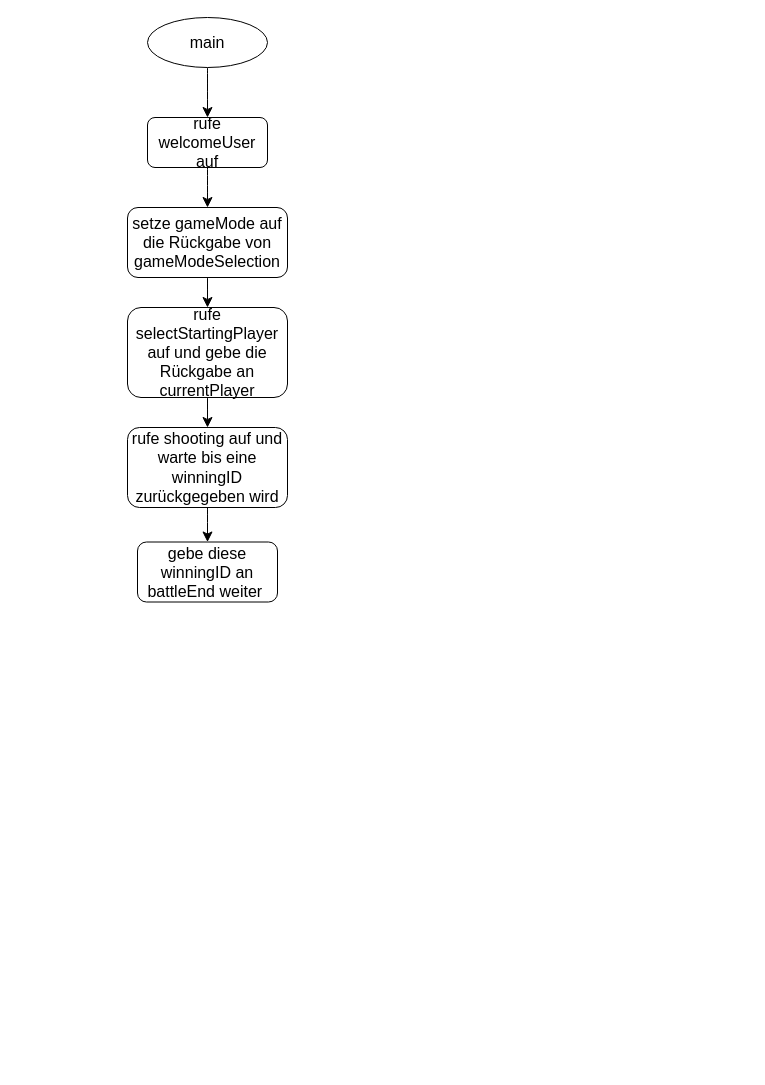
Above: main.drawio in frederik-junk/Python_FleetBattle (draw.io), before the change. Source tidied: cells renumbered, new cells numbered last; positions are measured from the earlier drawing's top-left corner, leaving out a move shared by most shapes. Both pictures are drawn from the tidied source at 100%, with x=0, y=0 at pixel (127, 17).
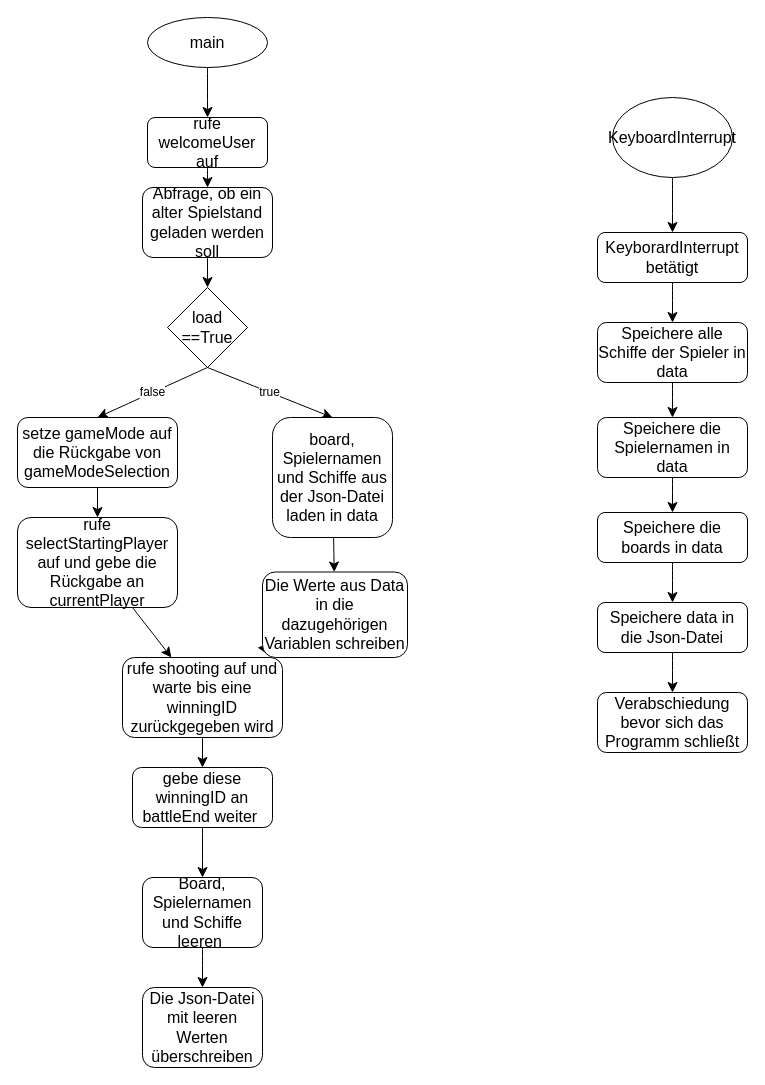
After the change.

Commit message (it also covers changes not shown here):
changes in diagrams and minor addition to Doku

Unchanged cells that the change refers to:
```xml
<mxCell id="5" value="rufe welcomeUser auf" style="rounded=1;whiteSpace=wrap;html=1;fontSize=16;" parent="1" vertex="1">
  <mxGeometry x="20" y="100" width="120" height="50" as="geometry" />
</mxCell>
```

Diff of the diagram source:
```diff
@@
-    <mxCell id="4" style="edgeStyle=none;curved=1;rounded=0;jettySize=auto;html=1;fontSize=12;startSize=8;endSize=8;" parent="1" edge="1" source="5" target="7">
-      <mxGeometry relative="1" as="geometry" />
-    </mxCell>
+    <mxCell id="13" style="edgeStyle=none;curved=1;rounded=0;jettySize=auto;html=1;fontSize=12;startSize=8;endSize=8;" parent="1" edge="1" source="5" target="19">
+      <mxGeometry relative="1" as="geometry" />
+    </mxCell>
@@
     <mxCell id="7" value="setze gameMode auf die Rückgabe von gameModeSelection" style="rounded=1;whiteSpace=wrap;html=1;fontSize=16;" parent="1" vertex="1">
-      <mxGeometry y="190" width="160" height="70" as="geometry" />
+      <mxGeometry x="-110" y="400" width="160" height="70" as="geometry" />
     </mxCell>
@@
     <mxCell id="9" value="rufe selectStartingPlayer auf und gebe die Rückgabe an currentPlayer" style="whiteSpace=wrap;html=1;fontSize=16;rounded=1;" parent="1" vertex="1">
-      <mxGeometry y="290" width="160" height="90" as="geometry" />
+      <mxGeometry x="-110" y="500" width="160" height="90" as="geometry" />
     </mxCell>
@@
     <mxCell id="11" value="rufe shooting auf und warte bis eine winningID zurückgegeben wird" style="whiteSpace=wrap;html=1;fontSize=16;rounded=1;" parent="1" vertex="1">
-      <mxGeometry y="410" width="160" height="80" as="geometry" />
+      <mxGeometry x="-5" y="640" width="160" height="80" as="geometry" />
     </mxCell>
+    <mxCell id="14" style="edgeStyle=none;curved=1;rounded=0;jettySize=auto;html=1;fontSize=12;startSize=8;endSize=8;" parent="1" edge="1" source="12" target="25">
+      <mxGeometry relative="1" as="geometry" />
+    </mxCell>
     <mxCell id="12" value="gebe diese winningID an battleEnd weiter&amp;nbsp;" style="whiteSpace=wrap;html=1;fontSize=16;rounded=1;" parent="1" vertex="1">
-      <mxGeometry x="10" y="524.5" width="140" height="60" as="geometry" />
+      <mxGeometry x="5" y="750" width="140" height="60" as="geometry" />
     </mxCell>
+    <mxCell id="15" value="false" style="edgeStyle=none;curved=1;rounded=0;jettySize=auto;html=1;exitX=0.5;exitY=1;exitDx=0;exitDy=0;entryX=0.5;entryY=0;entryDx=0;entryDy=0;fontSize=12;startSize=8;endSize=8;" parent="1" edge="1" source="17" target="7">
+      <mxGeometry relative="1" as="geometry" />
+    </mxCell>
+    <mxCell id="16" value="true" style="edgeStyle=none;curved=1;rounded=0;jettySize=auto;html=1;fontSize=12;startSize=8;endSize=8;exitX=0.5;exitY=1;exitDx=0;exitDy=0;entryX=0.5;entryY=0;entryDx=0;entryDy=0;" parent="1" edge="1" source="17" target="22">
+      <mxGeometry relative="1" as="geometry" />
+    </mxCell>
+    <mxCell id="17" value="load ==True" style="rhombus;whiteSpace=wrap;html=1;fontSize=16;" parent="1" vertex="1">
+      <mxGeometry x="40" y="270" width="80" height="80" as="geometry" />
+    </mxCell>
+    <mxCell id="18" style="edgeStyle=none;curved=1;rounded=0;jettySize=auto;html=1;exitX=0.5;exitY=1;exitDx=0;exitDy=0;entryX=0.5;entryY=0;entryDx=0;entryDy=0;fontSize=12;startSize=8;endSize=8;" parent="1" edge="1" source="19" target="17">
+      <mxGeometry relative="1" as="geometry" />
+    </mxCell>
+    <mxCell id="19" value="Abfrage, ob ein alter Spielstand geladen werden soll" style="rounded=1;whiteSpace=wrap;html=1;fontSize=16;" parent="1" vertex="1">
+      <mxGeometry x="15" y="170" width="130" height="70" as="geometry" />
+    </mxCell>
+    <mxCell id="20" style="edgeStyle=none;curved=1;rounded=0;jettySize=auto;html=1;fontSize=12;startSize=8;endSize=8;exitX=0.402;exitY=0.988;exitDx=0;exitDy=0;exitPerimeter=0;" parent="1" edge="1" source="33">
+      <mxGeometry relative="1" as="geometry">
+        <mxPoint x="130" y="630" as="targetPoint" />
+      </mxGeometry>
+    </mxCell>
+    <mxCell id="21" style="edgeStyle=none;curved=1;rounded=0;jettySize=auto;html=1;fontSize=12;startSize=8;endSize=8;" parent="1" edge="1" source="22" target="33">
+      <mxGeometry relative="1" as="geometry" />
+    </mxCell>
+    <mxCell id="22" value="board, Spielernamen und Schiffe aus der Json-Datei laden in data" style="rounded=1;whiteSpace=wrap;html=1;fontSize=16;" parent="1" vertex="1">
+      <mxGeometry x="145" y="400" width="120" height="120" as="geometry" />
+    </mxCell>
+    <mxCell id="23" style="edgeStyle=none;curved=1;rounded=0;orthogonalLoop=1;jettySize=auto;html=1;exitX=0.25;exitY=1;exitDx=0;exitDy=0;fontSize=12;startSize=8;endSize=8;" parent="1" edge="1" source="12" target="12">
+      <mxGeometry relative="1" as="geometry" />
+    </mxCell>
+    <mxCell id="24" style="edgeStyle=none;curved=1;rounded=0;jettySize=auto;html=1;fontSize=12;startSize=8;endSize=8;" parent="1" edge="1" source="25" target="26">
+      <mxGeometry relative="1" as="geometry" />
+    </mxCell>
+    <mxCell id="25" value="Board, Spielernamen und Schiffe leeren&amp;nbsp;" style="rounded=1;whiteSpace=wrap;html=1;fontSize=16;" parent="1" vertex="1">
+      <mxGeometry x="15" y="860" width="120" height="70" as="geometry" />
+    </mxCell>
+    <mxCell id="26" value="Die Json-Datei mit leeren Werten überschreiben" style="whiteSpace=wrap;html=1;fontSize=16;rounded=1;" parent="1" vertex="1">
+      <mxGeometry x="15" y="970" width="120" height="80" as="geometry" />
+    </mxCell>
+    <mxCell id="27" style="edgeStyle=none;curved=1;rounded=0;jettySize=auto;html=1;fontSize=12;startSize=8;endSize=8;" parent="1" edge="1" source="28" target="30">
+      <mxGeometry relative="1" as="geometry" />
+    </mxCell>
+    <mxCell id="28" value="KeyboardInterrupt" style="ellipse;whiteSpace=wrap;html=1;fontSize=16;" parent="1" vertex="1">
+      <mxGeometry x="485" y="80" width="120" height="80" as="geometry" />
+    </mxCell>
+    <mxCell id="29" style="edgeStyle=none;curved=1;rounded=0;jettySize=auto;html=1;fontSize=12;startSize=8;endSize=8;" parent="1" edge="1" source="30" target="32">
+      <mxGeometry relative="1" as="geometry" />
+    </mxCell>
+    <mxCell id="30" value="KeyborardInterrupt betätigt" style="rounded=1;whiteSpace=wrap;html=1;fontSize=16;" parent="1" vertex="1">
+      <mxGeometry x="470" y="215" width="150" height="50" as="geometry" />
+    </mxCell>
+    <mxCell id="31" style="edgeStyle=none;curved=1;rounded=0;jettySize=auto;html=1;fontSize=12;startSize=8;endSize=8;" parent="1" edge="1" source="32" target="35">
+      <mxGeometry relative="1" as="geometry" />
+    </mxCell>
+    <mxCell id="32" value="Speichere alle Schiffe der Spieler in data" style="rounded=1;whiteSpace=wrap;html=1;fontSize=16;" parent="1" vertex="1">
+      <mxGeometry x="470" y="305" width="150" height="60" as="geometry" />
+    </mxCell>
+    <mxCell id="33" value="Die Werte aus Data in die dazugehörigen Variablen schreiben" style="rounded=1;whiteSpace=wrap;html=1;fontSize=16;" parent="1" vertex="1">
+      <mxGeometry x="135" y="554.5" width="145" height="85.5" as="geometry" />
+    </mxCell>
+    <mxCell id="34" style="edgeStyle=none;curved=1;rounded=0;jettySize=auto;html=1;fontSize=12;startSize=8;endSize=8;" parent="1" edge="1" source="35" target="37">
+      <mxGeometry relative="1" as="geometry" />
+    </mxCell>
+    <mxCell id="35" value="Speichere die Spielernamen in data" style="rounded=1;whiteSpace=wrap;html=1;fontSize=16;" parent="1" vertex="1">
+      <mxGeometry x="470" y="400" width="150" height="60" as="geometry" />
+    </mxCell>
+    <mxCell id="36" style="edgeStyle=none;curved=1;rounded=0;jettySize=auto;html=1;fontSize=12;startSize=8;endSize=8;" parent="1" edge="1" source="37" target="39">
+      <mxGeometry relative="1" as="geometry" />
+    </mxCell>
+    <mxCell id="37" value="Speichere die boards in data" style="rounded=1;whiteSpace=wrap;html=1;fontSize=16;" parent="1" vertex="1">
+      <mxGeometry x="470" y="495" width="150" height="50" as="geometry" />
+    </mxCell>
+    <mxCell id="38" style="edgeStyle=none;curved=1;rounded=0;jettySize=auto;html=1;fontSize=12;startSize=8;endSize=8;" parent="1" edge="1" source="39" target="40">
+      <mxGeometry relative="1" as="geometry" />
+    </mxCell>
+    <mxCell id="39" value="Speichere data in die Json-Datei" style="rounded=1;whiteSpace=wrap;html=1;fontSize=16;" parent="1" vertex="1">
+      <mxGeometry x="470" y="585" width="150" height="50" as="geometry" />
+    </mxCell>
+    <mxCell id="40" value="Verabschiedung bevor sich das Programm schließt" style="rounded=1;whiteSpace=wrap;html=1;fontSize=16;" parent="1" vertex="1">
+      <mxGeometry x="470" y="675" width="150" height="60" as="geometry" />
+    </mxCell>
```
